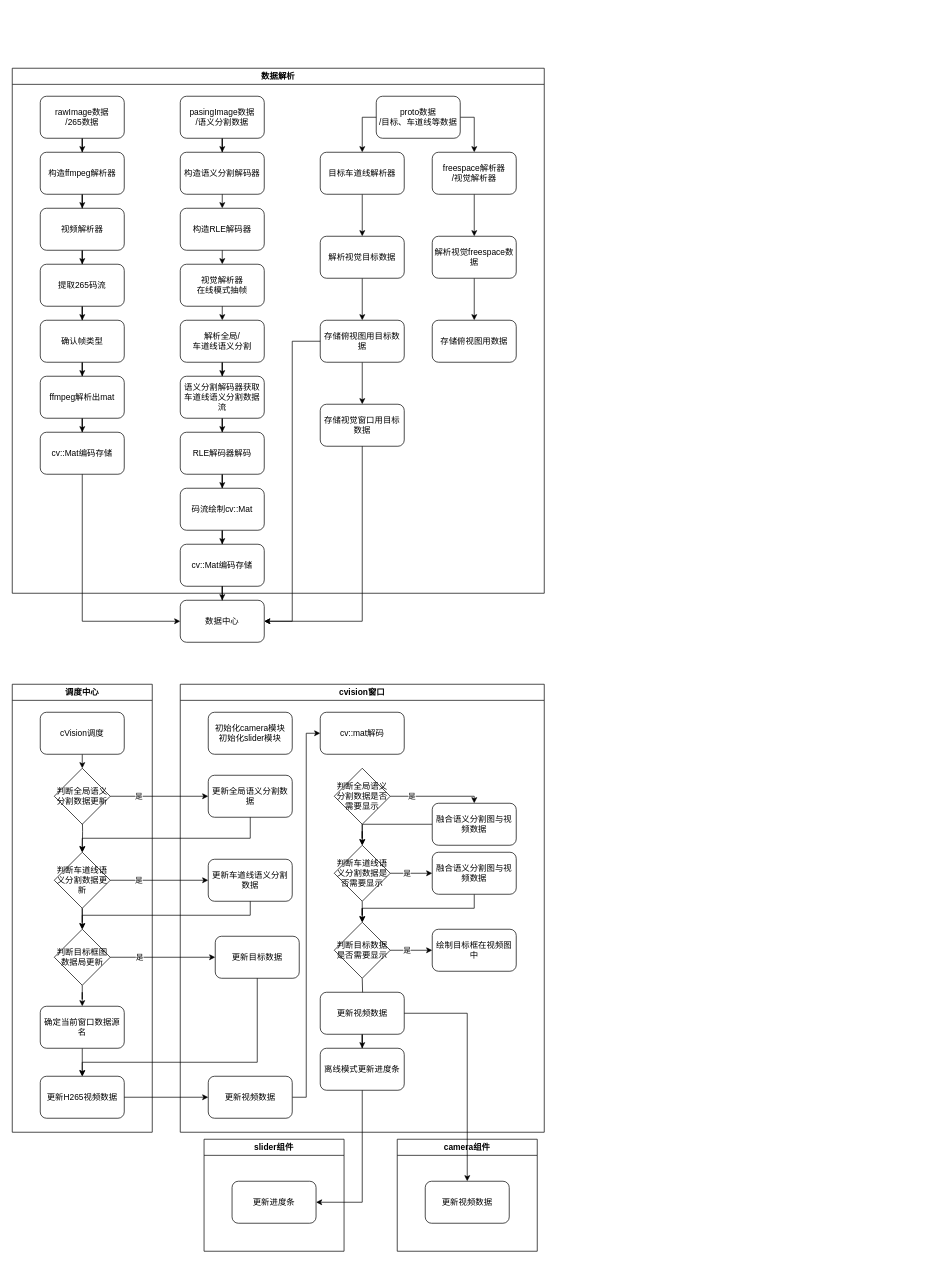
The draw.io diagram page "数据流" (1 of 2) of src/ca_widgets/doc/视觉输出框图.drawio in weiluncong/vision, before the edit. Source tidied: cells renumbered, new cells numbered last; positions are measured from the earlier drawing's top-left corner, leaving out a move shared by most shapes. Both pictures are drawn from the tidied source at 70%, with x=0, y=0 at pixel (12, 68).
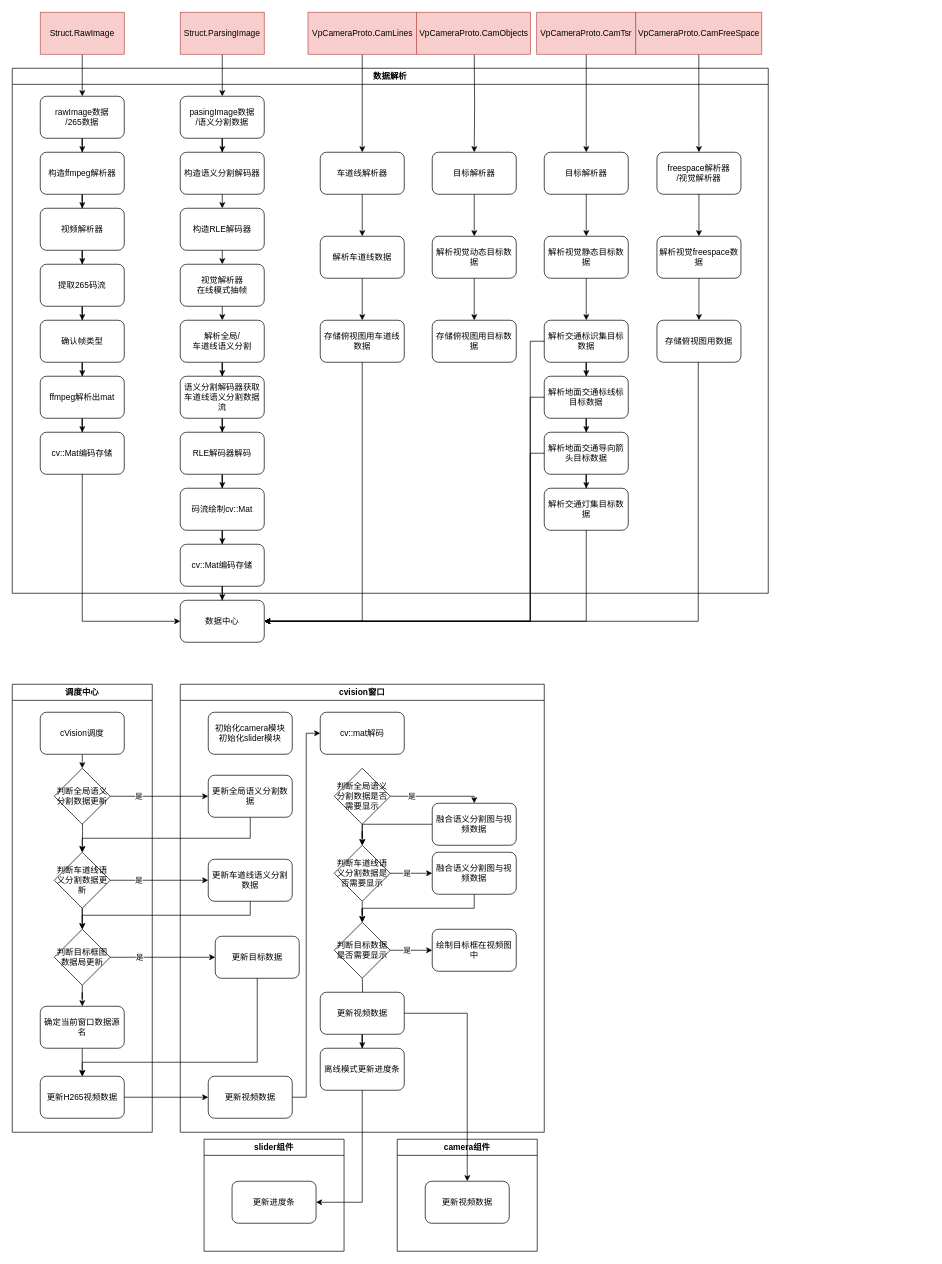
Above is the later version.

The change refers to these unchanged cells:
```xml
<mxCell id="7" value="pasingImage数据&lt;br&gt;/语义分割数据" style="rounded=1;whiteSpace=wrap;html=1;" parent="3" vertex="1">
  <mxGeometry x="240" y="40" width="120" height="60" as="geometry" />
</mxCell>
<mxCell id="101" value="数据中心" style="rounded=1;whiteSpace=wrap;html=1;" parent="1" vertex="1">
  <mxGeometry x="240" y="760" width="120" height="60" as="geometry" />
</mxCell>
```

Diff of the diagram source:
```diff
@@
     <mxCell id="2" style="group;" parent="1" vertex="1">
-      <mxGeometry width="1160" height="780" as="geometry" />
+      <mxGeometry width="1310" height="780" as="geometry" />
     </mxCell>
     <mxCell id="3" value="数据解析" style="swimlane;startSize=23;" parent="2" vertex="1">
-      <mxGeometry width="760" height="750" as="geometry" />
+      <mxGeometry width="1080" height="750" as="geometry" />
     </mxCell>
@@
-    <mxCell id="22" style="edgeStyle=orthogonalEdgeStyle;rounded=0;jettySize=auto;html=1;" parent="3" edge="1" source="23" target="41">
-      <mxGeometry relative="1" as="geometry">
-        <Array as="points">
-          <mxPoint x="660" y="70" />
-        </Array>
-      </mxGeometry>
-    </mxCell>
-    <mxCell id="23" value="proto数据&lt;br&gt;/目标、车道线等数据" style="rounded=1;whiteSpace=wrap;html=1;" parent="3" vertex="1">
-      <mxGeometry x="520" y="40" width="120" height="60" as="geometry" />
-    </mxCell>
@@
-    <mxCell id="38" value="目标车道线解析器" style="whiteSpace=wrap;html=1;rounded=1;" parent="3" vertex="1">
+    <mxCell id="38" value="车道线解析器" style="whiteSpace=wrap;html=1;rounded=1;" parent="3" vertex="1">
       <mxGeometry x="440" y="120" width="120" height="60" as="geometry" />
     </mxCell>
-    <mxCell id="39" style="edgeStyle=orthogonalEdgeStyle;rounded=0;jettySize=auto;html=1;" parent="3" edge="1" source="23" target="38">
-      <mxGeometry relative="1" as="geometry">
-        <Array as="points">
-          <mxPoint x="500" y="70" />
-        </Array>
-      </mxGeometry>
-    </mxCell>
@@
-    <mxCell id="41" value="freespace解析器&lt;br&gt;/视觉解析器" style="whiteSpace=wrap;html=1;rounded=1;" parent="3" vertex="1">
+    <mxCell id="41" value="目标解析器" style="whiteSpace=wrap;html=1;rounded=1;" parent="3" vertex="1">
       <mxGeometry x="600" y="120" width="120" height="60" as="geometry" />
     </mxCell>
@@
-    <mxCell id="44" value="解析视觉目标数据" style="whiteSpace=wrap;html=1;rounded=1;" parent="3" vertex="1">
+    <mxCell id="44" value="解析车道线数据" style="whiteSpace=wrap;html=1;rounded=1;" parent="3" vertex="1">
       <mxGeometry x="440" y="240" width="120" height="60" as="geometry" />
     </mxCell>
-    <mxCell id="45" style="edgeStyle=orthogonalEdgeStyle;rounded=0;jettySize=auto;html=1;" parent="3" edge="1" source="46" target="47">
-      <mxGeometry relative="1" as="geometry" />
-    </mxCell>
-    <mxCell id="46" value="存储俯视图用目标数据" style="whiteSpace=wrap;html=1;rounded=1;" parent="3" vertex="1">
+    <mxCell id="46" value="存储俯视图用车道线数据" style="whiteSpace=wrap;html=1;rounded=1;" parent="3" vertex="1">
       <mxGeometry x="440" y="360" width="120" height="60" as="geometry" />
     </mxCell>
-    <mxCell id="47" value="存储视觉窗口用目标数据" style="whiteSpace=wrap;html=1;rounded=1;" parent="3" vertex="1">
-      <mxGeometry x="440" y="480" width="120" height="60" as="geometry" />
-    </mxCell>
@@
-    <mxCell id="49" value="解析视觉freespace数据" style="whiteSpace=wrap;html=1;rounded=1;" parent="3" vertex="1">
+    <mxCell id="49" value="解析视觉动态目标数据" style="whiteSpace=wrap;html=1;rounded=1;" parent="3" vertex="1">
       <mxGeometry x="600" y="240" width="120" height="60" as="geometry" />
     </mxCell>
-    <mxCell id="50" value="存储俯视图用数据" style="whiteSpace=wrap;html=1;rounded=1;" parent="3" vertex="1">
+    <mxCell id="50" value="存储俯视图用目标数据" style="whiteSpace=wrap;html=1;rounded=1;" parent="3" vertex="1">
       <mxGeometry x="600" y="360" width="120" height="60" as="geometry" />
     </mxCell>
@@
+    <mxCell id="116" value="freespace解析器&lt;br&gt;/视觉解析器" style="whiteSpace=wrap;html=1;rounded=1;" parent="3" vertex="1">
+      <mxGeometry x="921" y="120" width="120" height="60" as="geometry" />
+    </mxCell>
+    <mxCell id="117" value="解析视觉freespace数据" style="whiteSpace=wrap;html=1;rounded=1;" parent="3" vertex="1">
+      <mxGeometry x="921" y="240" width="120" height="60" as="geometry" />
+    </mxCell>
+    <mxCell id="118" style="edgeStyle=orthogonalEdgeStyle;rounded=0;jettySize=auto;html=1;" parent="3" edge="1" source="116" target="117">
+      <mxGeometry relative="1" as="geometry" />
+    </mxCell>
+    <mxCell id="119" value="存储俯视图用数据" style="whiteSpace=wrap;html=1;rounded=1;" parent="3" vertex="1">
+      <mxGeometry x="921" y="360" width="120" height="60" as="geometry" />
+    </mxCell>
+    <mxCell id="120" style="edgeStyle=orthogonalEdgeStyle;rounded=0;jettySize=auto;html=1;" parent="3" edge="1" source="117" target="119">
+      <mxGeometry relative="1" as="geometry" />
+    </mxCell>
+    <mxCell id="121" value="目标解析器" style="whiteSpace=wrap;html=1;rounded=1;" parent="3" vertex="1">
+      <mxGeometry x="760" y="120" width="120" height="60" as="geometry" />
+    </mxCell>
+    <mxCell id="122" value="解析视觉静态目标数据" style="whiteSpace=wrap;html=1;rounded=1;" parent="3" vertex="1">
+      <mxGeometry x="760" y="240" width="120" height="60" as="geometry" />
+    </mxCell>
+    <mxCell id="123" style="edgeStyle=orthogonalEdgeStyle;rounded=0;jettySize=auto;html=1;" parent="3" edge="1" source="121" target="122">
+      <mxGeometry relative="1" as="geometry" />
+    </mxCell>
+    <mxCell id="124" style="edgeStyle=orthogonalEdgeStyle;rounded=0;jettySize=auto;html=1;" parent="3" edge="1" source="125" target="129">
+      <mxGeometry relative="1" as="geometry" />
+    </mxCell>
+    <mxCell id="125" value="解析交通标识集目标数据" style="whiteSpace=wrap;html=1;rounded=1;" parent="3" vertex="1">
+      <mxGeometry x="760" y="360" width="120" height="60" as="geometry" />
+    </mxCell>
+    <mxCell id="126" style="edgeStyle=orthogonalEdgeStyle;rounded=0;jettySize=auto;html=1;" parent="3" edge="1" source="122" target="125">
+      <mxGeometry relative="1" as="geometry" />
+    </mxCell>
+    <mxCell id="127" value="解析交通灯集目标数据" style="whiteSpace=wrap;html=1;rounded=1;" parent="3" vertex="1">
+      <mxGeometry x="760" y="600" width="120" height="60" as="geometry" />
+    </mxCell>
+    <mxCell id="128" style="edgeStyle=orthogonalEdgeStyle;rounded=0;jettySize=auto;html=1;" parent="3" edge="1" source="129" target="131">
+      <mxGeometry relative="1" as="geometry" />
+    </mxCell>
+    <mxCell id="129" value="解析地面交通标线标目标数据" style="whiteSpace=wrap;html=1;rounded=1;" parent="3" vertex="1">
+      <mxGeometry x="760" y="440" width="120" height="60" as="geometry" />
+    </mxCell>
+    <mxCell id="130" style="edgeStyle=orthogonalEdgeStyle;rounded=0;jettySize=auto;html=1;entryX=0.5;entryY=0;entryDx=0;entryDy=0;" parent="3" edge="1" source="131" target="127">
+      <mxGeometry relative="1" as="geometry" />
+    </mxCell>
+    <mxCell id="131" value="解析地面交通导向箭头目标数据" style="whiteSpace=wrap;html=1;rounded=1;" parent="3" vertex="1">
+      <mxGeometry x="760" y="520" width="120" height="60" as="geometry" />
+    </mxCell>
@@
-    <mxCell id="103" style="edgeStyle=orthogonalEdgeStyle;rounded=0;jettySize=auto;html=1;entryX=1;entryY=0.5;entryDx=0;entryDy=0;" parent="1" edge="1" source="47" target="101">
+    <mxCell id="103" style="edgeStyle=orthogonalEdgeStyle;rounded=0;jettySize=auto;html=1;entryX=1;entryY=0.5;entryDx=0;entryDy=0;exitX=0.5;exitY=1;exitDx=0;exitDy=0;" parent="1" edge="1" source="46" target="101">
       <mxGeometry relative="1" as="geometry">
         <Array as="points">
           <mxPoint x="500" y="790" />
         </Array>
       </mxGeometry>
     </mxCell>
-    <mxCell id="104" style="edgeStyle=orthogonalEdgeStyle;rounded=0;jettySize=auto;html=1;entryX=1;entryY=0.5;entryDx=0;entryDy=0;" parent="1" edge="1" source="46" target="101">
-      <mxGeometry relative="1" as="geometry" />
-    </mxCell>
@@
+    <mxCell id="132" style="edgeStyle=orthogonalEdgeStyle;rounded=0;jettySize=auto;html=1;" parent="1" edge="1" source="133">
+      <mxGeometry relative="1" as="geometry">
+        <mxPoint x="100" y="40" as="targetPoint" />
+      </mxGeometry>
+    </mxCell>
+    <mxCell id="133" value="Struct.RawImage" style="rounded=0;whiteSpace=wrap;html=1;fillColor=#f8cecc;strokeColor=#b85450;" parent="1" vertex="1">
+      <mxGeometry x="40" y="-80" width="120" height="60" as="geometry" />
+    </mxCell>
+    <mxCell id="134" style="edgeStyle=orthogonalEdgeStyle;rounded=0;jettySize=auto;html=1;" parent="1" edge="1" source="135" target="7">
+      <mxGeometry relative="1" as="geometry" />
+    </mxCell>
+    <mxCell id="135" value="&lt;span style=&quot;text-align: left;&quot;&gt;Struct.ParsingImage&lt;/span&gt;" style="rounded=0;whiteSpace=wrap;html=1;fillColor=#f8cecc;strokeColor=#b85450;" parent="1" vertex="1">
+      <mxGeometry x="240" y="-80" width="120" height="60" as="geometry" />
+    </mxCell>
+    <mxCell id="136" style="edgeStyle=orthogonalEdgeStyle;rounded=0;jettySize=auto;html=1;entryX=0.5;entryY=0;entryDx=0;entryDy=0;" parent="1" edge="1" source="137" target="38">
+      <mxGeometry relative="1" as="geometry" />
+    </mxCell>
+    <mxCell id="137" value="&lt;div style=&quot;text-align: left;&quot;&gt;&lt;span style=&quot;background-color: initial;&quot;&gt;VpCameraProto.CamLines&lt;/span&gt;&lt;/div&gt;" style="rounded=0;whiteSpace=wrap;html=1;fillColor=#f8cecc;strokeColor=#b85450;" parent="1" vertex="1">
+      <mxGeometry x="422.5" y="-80" width="155" height="60" as="geometry" />
+    </mxCell>
+    <mxCell id="138" style="edgeStyle=orthogonalEdgeStyle;rounded=0;jettySize=auto;html=1;entryX=0.5;entryY=0;entryDx=0;entryDy=0;" parent="1" edge="1" target="41">
+      <mxGeometry relative="1" as="geometry">
+        <mxPoint x="660" y="-20" as="sourcePoint" />
+      </mxGeometry>
+    </mxCell>
+    <mxCell id="139" value="&lt;div style=&quot;text-align: left;&quot;&gt;&lt;span style=&quot;background-color: initial;&quot;&gt;VpCameraProto.&lt;/span&gt;&lt;span style=&quot;background-color: initial;&quot;&gt;CamObjects&lt;/span&gt;&lt;/div&gt;" style="rounded=0;whiteSpace=wrap;html=1;fillColor=#f8cecc;strokeColor=#b85450;" parent="1" vertex="1">
+      <mxGeometry x="577.5" y="-80" width="163" height="60" as="geometry" />
+    </mxCell>
+    <mxCell id="140" style="edgeStyle=orthogonalEdgeStyle;rounded=0;jettySize=auto;html=1;entryX=0.5;entryY=0;entryDx=0;entryDy=0;" parent="1" edge="1" source="141" target="121">
+      <mxGeometry relative="1" as="geometry" />
+    </mxCell>
+    <mxCell id="141" value="&lt;div style=&quot;text-align: left;&quot;&gt;VpCameraProto.CamTsr&lt;br&gt;&lt;/div&gt;" style="rounded=0;whiteSpace=wrap;html=1;fillColor=#f8cecc;strokeColor=#b85450;" parent="1" vertex="1">
+      <mxGeometry x="749.2" y="-80" width="141.5" height="60" as="geometry" />
+    </mxCell>
+    <mxCell id="142" style="edgeStyle=orthogonalEdgeStyle;rounded=0;jettySize=auto;html=1;entryX=1;entryY=0.5;entryDx=0;entryDy=0;" parent="1" edge="1" source="125" target="101">
+      <mxGeometry relative="1" as="geometry">
+        <Array as="points">
+          <mxPoint x="740" y="390" />
+          <mxPoint x="740" y="790" />
+        </Array>
+      </mxGeometry>
+    </mxCell>
+    <mxCell id="143" style="edgeStyle=orthogonalEdgeStyle;rounded=0;jettySize=auto;html=1;entryX=1;entryY=0.5;entryDx=0;entryDy=0;" parent="1" edge="1" source="129" target="101">
+      <mxGeometry relative="1" as="geometry">
+        <Array as="points">
+          <mxPoint x="740" y="470" />
+          <mxPoint x="740" y="790" />
+        </Array>
+      </mxGeometry>
+    </mxCell>
+    <mxCell id="144" style="edgeStyle=orthogonalEdgeStyle;rounded=0;jettySize=auto;html=1;entryX=1;entryY=0.5;entryDx=0;entryDy=0;" parent="1" edge="1" source="131" target="101">
+      <mxGeometry relative="1" as="geometry">
+        <Array as="points">
+          <mxPoint x="740" y="550" />
+          <mxPoint x="740" y="790" />
+        </Array>
+      </mxGeometry>
+    </mxCell>
+    <mxCell id="145" style="edgeStyle=orthogonalEdgeStyle;rounded=0;jettySize=auto;html=1;entryX=1;entryY=0.5;entryDx=0;entryDy=0;" parent="1" edge="1" source="127" target="101">
+      <mxGeometry relative="1" as="geometry">
+        <Array as="points">
+          <mxPoint x="820" y="790" />
+        </Array>
+      </mxGeometry>
+    </mxCell>
+    <mxCell id="146" style="edgeStyle=orthogonalEdgeStyle;rounded=0;jettySize=auto;html=1;" parent="1" edge="1" source="147" target="116">
+      <mxGeometry relative="1" as="geometry" />
+    </mxCell>
+    <mxCell id="147" value="&lt;div style=&quot;text-align: left;&quot;&gt;VpCameraProto.CamFreeSpace&lt;br&gt;&lt;/div&gt;" style="rounded=0;whiteSpace=wrap;html=1;fillColor=#f8cecc;strokeColor=#b85450;" parent="1" vertex="1">
+      <mxGeometry x="890.8" y="-80" width="180" height="60" as="geometry" />
+    </mxCell>
+    <mxCell id="148" style="edgeStyle=orthogonalEdgeStyle;rounded=0;jettySize=auto;html=1;entryX=1;entryY=0.5;entryDx=0;entryDy=0;" parent="1" edge="1" source="119" target="101">
+      <mxGeometry relative="1" as="geometry">
+        <Array as="points">
+          <mxPoint x="980" y="790" />
+        </Array>
+      </mxGeometry>
+    </mxCell>
```
